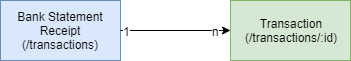
The draw.io diagram public/images/model.png in husky-misc/code-challenge, before a commit. Source tidied: cells renumbered, new cells last; positions are measured from the earlier drawing's top-left corner, leaving out a move shared by most shapes.
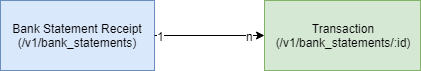
Above is the later version.

What changed in the source:
```diff
@@ -2,8 +2,8 @@
   <root>
     <mxCell id="0" />
     <mxCell id="1" parent="0" />
-    <mxCell id="2" value="Bank Statement Receipt&lt;br&gt;(/transactions)" style="rounded=0;whiteSpace=wrap;html=1;fillColor=#dae8fc;strokeColor=#6c8ebf;" parent="1" vertex="1">
-      <mxGeometry width="120" height="60" as="geometry" />
+    <mxCell id="2" value="Bank Statement Receipt&lt;br&gt;(/v1/bank_statements)" style="rounded=0;whiteSpace=wrap;html=1;fillColor=#dae8fc;strokeColor=#6c8ebf;" parent="1" vertex="1">
+      <mxGeometry x="-34" width="154" height="70" as="geometry" />
     </mxCell>
     <mxCell id="3" style="endArrow=classic;html=1;exitX=1;exitY=0.5;exitDx=0;exitDy=0;entryX=0;entryY=0.5;entryDx=0;entryDy=0;" parent="1" edge="1" source="2" target="6">
       <mxGeometry relative="1" as="geometry" />
@@ -18,8 +18,8 @@
         <mxPoint x="5" y="1" as="offset" />
       </mxGeometry>
     </mxCell>
-    <mxCell id="6" value="Transaction&lt;br&gt;(/transactions/:id)" style="rounded=0;whiteSpace=wrap;html=1;fillColor=#d5e8d4;strokeColor=#82b366;" parent="1" vertex="1">
-      <mxGeometry x="230" width="120" height="60" as="geometry" />
+    <mxCell id="6" value="Transaction&lt;br&gt;(/v1/bank_statements/:id)" style="rounded=0;whiteSpace=wrap;html=1;fillColor=#d5e8d4;strokeColor=#82b366;" parent="1" vertex="1">
+      <mxGeometry x="230" width="156" height="70" as="geometry" />
     </mxCell>
   </root>
 </mxGraphModel>
```
